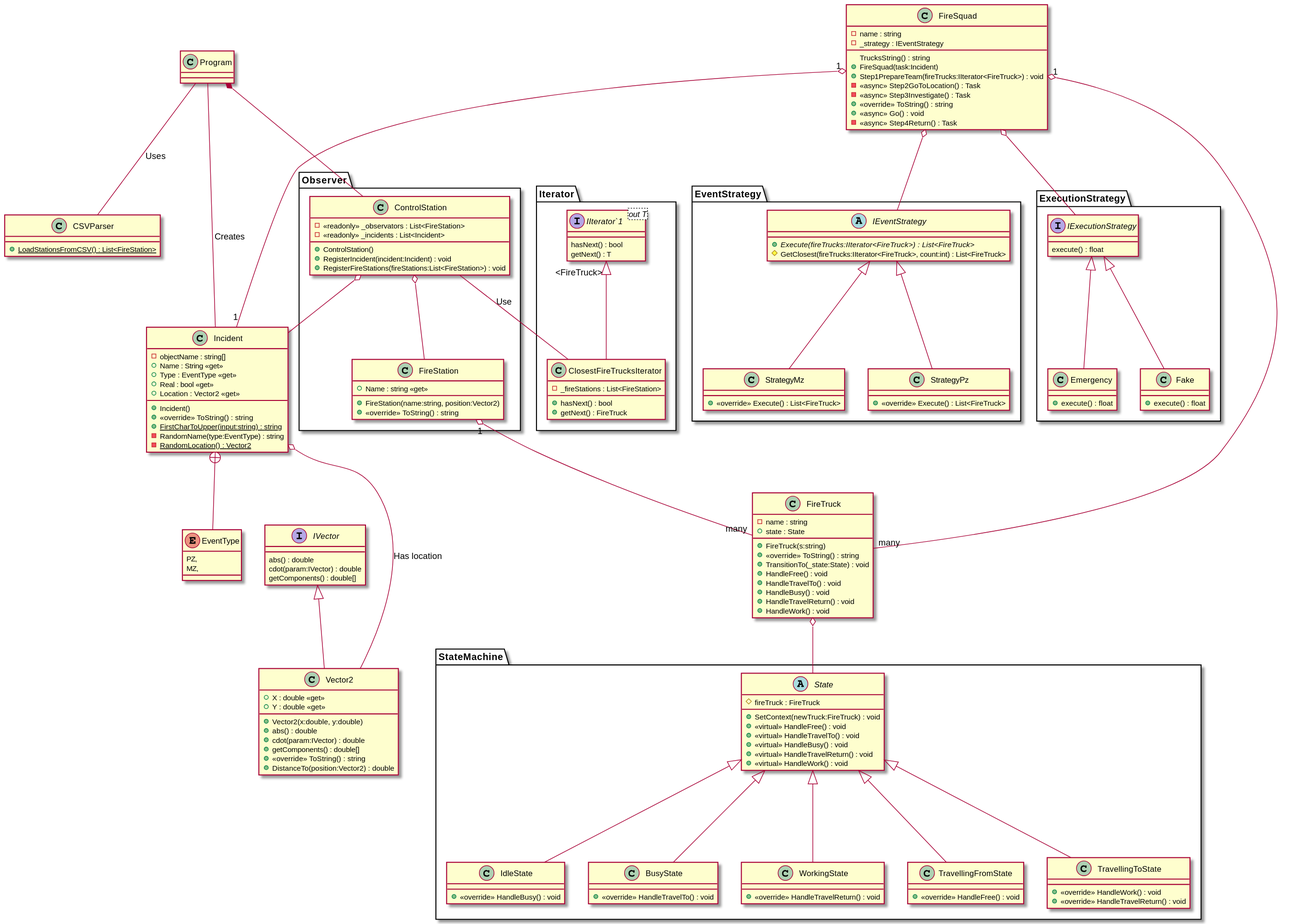
Earlier version of the PlantUML export TO_Lab_5/TO_LAB_5.svg (john-bartu/cut-oot).
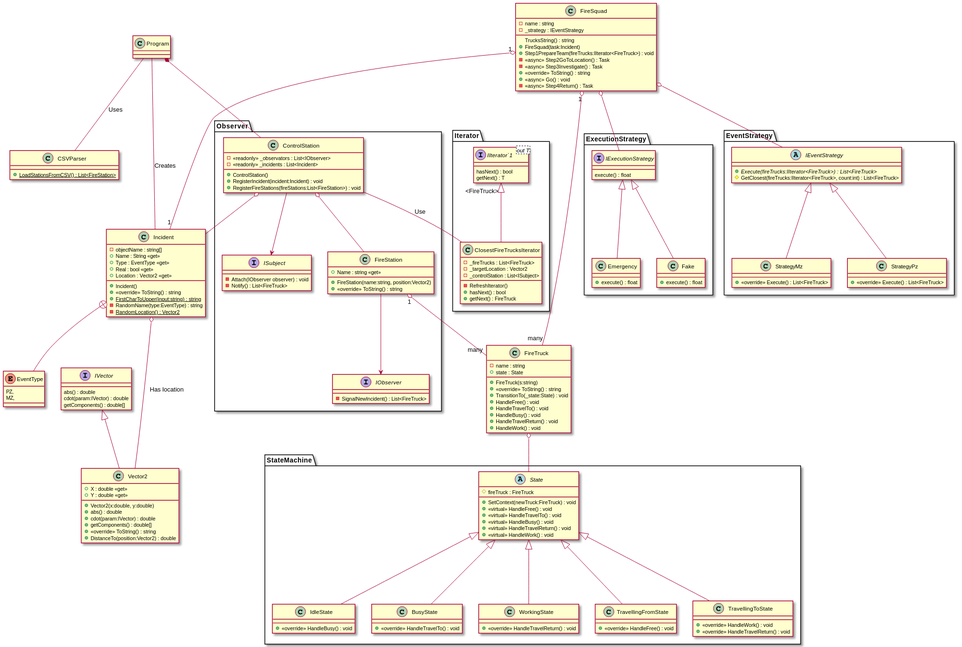
Above is the later version.

What changed in the source:
```diff
@@ -1,5 +1,6 @@
 @startuml TO_LAB_5
 
+!include .\\puml-classes\Observer.puml
 !include .\\puml-classes\CSVParser.puml
 !include .\\puml-classes\ClosestFireTrucksIterator.puml
 !include .\\puml-classes\ControlStation.puml
@@ -13,6 +14,7 @@
 !include .\\puml-classes\EmergencyPredictionStrategy.puml
 !include .\\puml-classes\IVector.puml
 !include .\\puml-classes\Vector2.puml
+
 
 class Program{}
 
@@ -31,6 +33,4 @@
 FireSquad o-- IEventStrategy
 FireSquad o-- IExecutionStrategy
 
-
-
 @enduml
```
